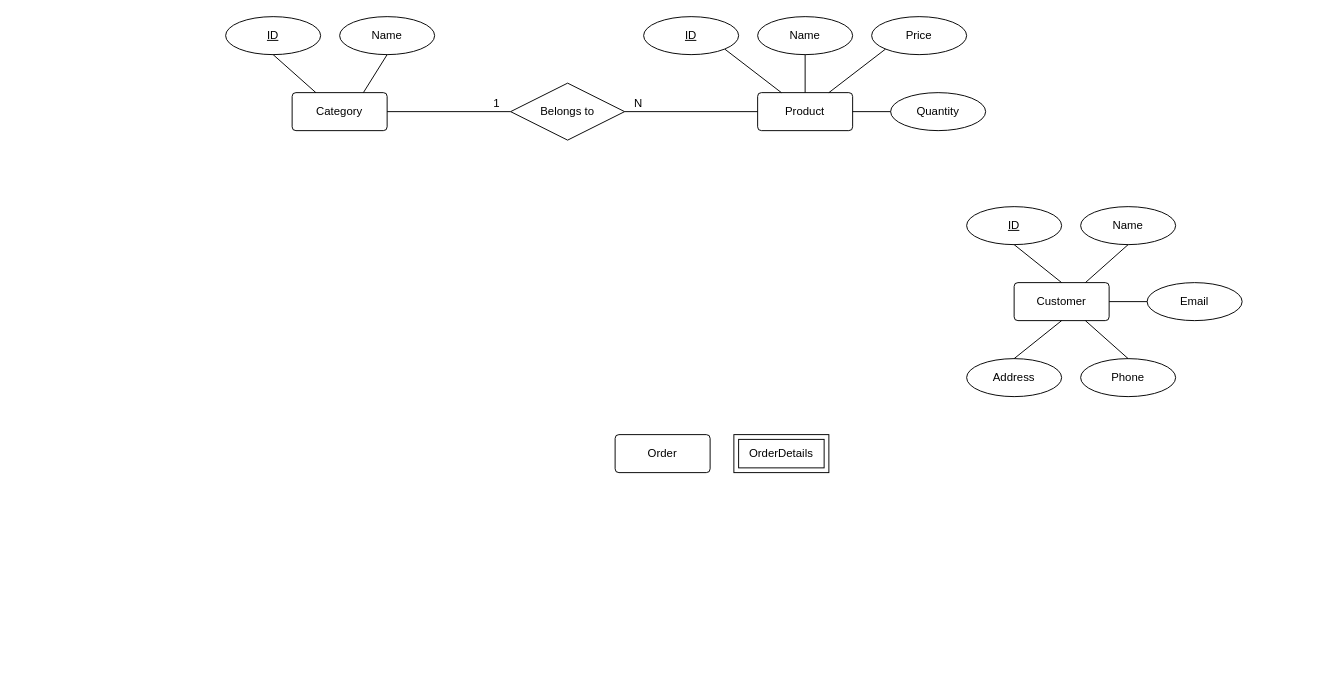
Mohammed-3tef/Kheir_Market keeps this draw.io diagram as Super Market - ERD.drawio. Above is the earlier version. Source tidied: cells renumbered, new cells numbered last; positions are measured from the earlier drawing's top-left corner, leaving out a move shared by most shapes. Both pictures are drawn from the tidied source at 95%, with x=0, y=0 at pixel (225, 16).
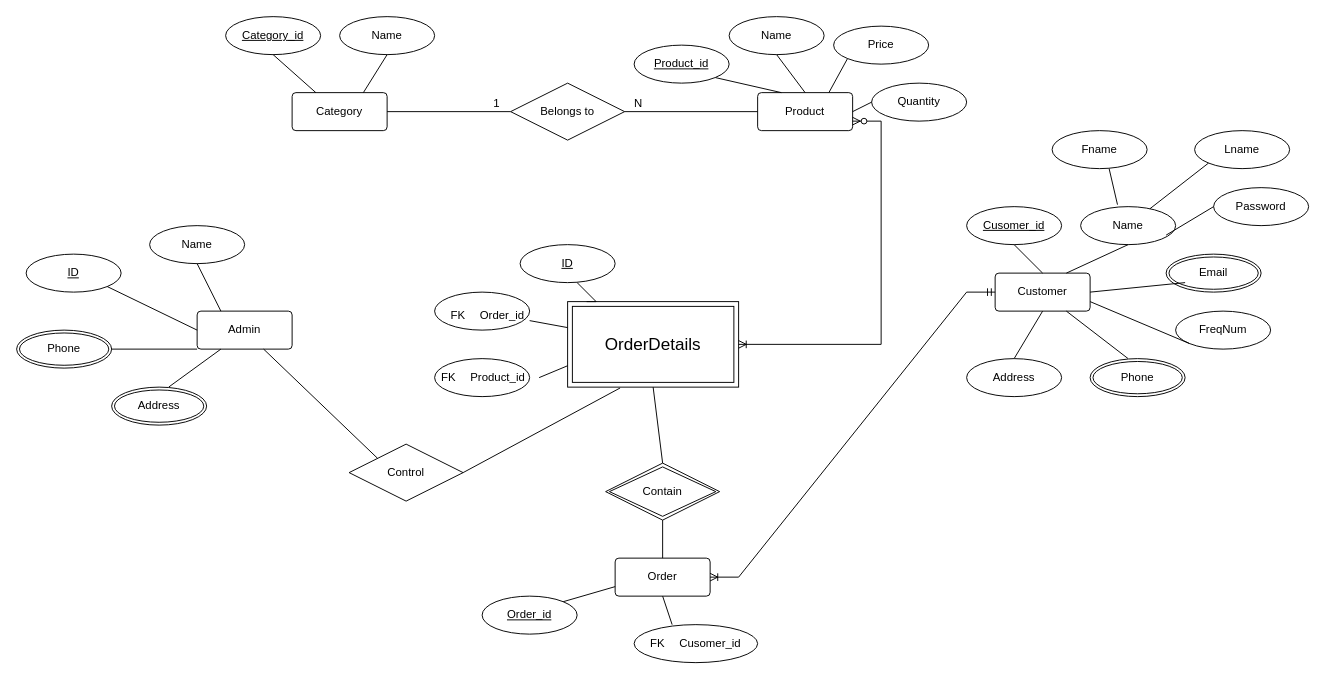
After the change.

Unchanged cells that the change refers to:
```xml
<mxCell id="7" value="Name" style="ellipse;whiteSpace=wrap;html=1;align=center;" parent="1" vertex="1">
  <mxGeometry x="900" y="200" width="100" height="40" as="geometry" />
</mxCell>
```

Diff of the diagram source:
```diff
@@
     <mxCell id="3" value="Customer" style="rounded=1;arcSize=10;whiteSpace=wrap;html=1;align=center;" parent="1" vertex="1">
-      <mxGeometry x="830" y="280" width="100" height="40" as="geometry" />
+      <mxGeometry x="810" y="270" width="100" height="40" as="geometry" />
     </mxCell>
@@
     <mxCell id="5" value="Order" style="rounded=1;arcSize=10;whiteSpace=wrap;html=1;align=center;" parent="1" vertex="1">
-      <mxGeometry x="410" y="440" width="100" height="40" as="geometry" />
+      <mxGeometry x="410" y="570" width="100" height="40" as="geometry" />
     </mxCell>
-    <mxCell id="6" value="OrderDetails" style="shape=ext;margin=3;double=1;whiteSpace=wrap;html=1;align=center;" parent="1" vertex="1">
-      <mxGeometry x="535" y="440" width="100" height="40" as="geometry" />
+    <mxCell id="6" value="&lt;font style=&quot;font-size: 18px;&quot;&gt;OrderDetails&lt;/font&gt;" style="shape=ext;margin=3;double=1;whiteSpace=wrap;html=1;align=center;" parent="1" vertex="1">
+      <mxGeometry x="360" y="300" width="180" height="90" as="geometry" />
     </mxCell>
@@
-    <mxCell id="8" value="Email" style="ellipse;whiteSpace=wrap;html=1;align=center;" parent="1" vertex="1">
-      <mxGeometry x="970" y="280" width="100" height="40" as="geometry" />
-    </mxCell>
-    <mxCell id="9" value="Phone" style="ellipse;whiteSpace=wrap;html=1;align=center;" parent="1" vertex="1">
-      <mxGeometry x="900" y="360" width="100" height="40" as="geometry" />
-    </mxCell>
-    <mxCell id="10" value="Address" style="ellipse;whiteSpace=wrap;html=1;align=center;" parent="1" vertex="1">
-      <mxGeometry x="780" y="360" width="100" height="40" as="geometry" />
-    </mxCell>
-    <mxCell id="11" value="ID" style="ellipse;whiteSpace=wrap;html=1;align=center;fontStyle=4;" parent="1" vertex="1">
+    <mxCell id="11" value="Cusomer_id" style="ellipse;whiteSpace=wrap;html=1;align=center;fontStyle=4;" parent="1" vertex="1">
       <mxGeometry x="780" y="200" width="100" height="40" as="geometry" />
     </mxCell>
@@
-    <mxCell id="14" style="endArrow=none;html=1;rounded=0;exitX=0;exitY=0.5;exitDx=0;exitDy=0;entryX=1;entryY=0.5;entryDx=0;entryDy=0;" parent="1" edge="1" source="8" target="3">
-      <mxGeometry relative="1" as="geometry" />
-    </mxCell>
-    <mxCell id="15" style="endArrow=none;html=1;rounded=0;exitX=0.5;exitY=0;exitDx=0;exitDy=0;entryX=0.75;entryY=1;entryDx=0;entryDy=0;" parent="1" edge="1" source="9" target="3">
-      <mxGeometry relative="1" as="geometry" />
+    <mxCell id="15" style="endArrow=none;html=1;rounded=0;exitX=0.5;exitY=0;exitDx=0;exitDy=0;entryX=0.75;entryY=1;entryDx=0;entryDy=0;" parent="1" edge="1" target="3">
+      <mxGeometry relative="1" as="geometry">
+        <mxPoint x="950" y="360" as="sourcePoint" />
+      </mxGeometry>
     </mxCell>
-    <mxCell id="16" style="endArrow=none;html=1;rounded=0;exitX=0.5;exitY=0;exitDx=0;exitDy=0;entryX=0.5;entryY=1;entryDx=0;entryDy=0;" parent="1" edge="1" source="10" target="3">
-      <mxGeometry relative="1" as="geometry" />
+    <mxCell id="16" style="endArrow=none;html=1;rounded=0;exitX=0.5;exitY=0;exitDx=0;exitDy=0;entryX=0.5;entryY=1;entryDx=0;entryDy=0;" parent="1" edge="1" target="3">
+      <mxGeometry relative="1" as="geometry">
+        <mxPoint x="830" y="360" as="sourcePoint" />
+      </mxGeometry>
     </mxCell>
@@
-    <mxCell id="18" value="ID" style="ellipse;whiteSpace=wrap;html=1;align=center;fontStyle=4;" parent="1" vertex="1">
-      <mxGeometry x="440" width="100" height="40" as="geometry" />
+    <mxCell id="18" value="Product_id" style="ellipse;whiteSpace=wrap;html=1;align=center;fontStyle=4;" parent="1" vertex="1">
+      <mxGeometry x="430" y="30" width="100" height="40" as="geometry" />
     </mxCell>
     <mxCell id="19" value="Name" style="ellipse;whiteSpace=wrap;html=1;align=center;" parent="1" vertex="1">
-      <mxGeometry x="560" width="100" height="40" as="geometry" />
+      <mxGeometry x="530" width="100" height="40" as="geometry" />
     </mxCell>
     <mxCell id="20" value="Price" style="ellipse;whiteSpace=wrap;html=1;align=center;" parent="1" vertex="1">
-      <mxGeometry x="680" width="100" height="40" as="geometry" />
+      <mxGeometry x="640" y="10" width="100" height="40" as="geometry" />
     </mxCell>
     <mxCell id="21" value="Quantity" style="ellipse;whiteSpace=wrap;html=1;align=center;" parent="1" vertex="1">
-      <mxGeometry x="700" y="80" width="100" height="40" as="geometry" />
+      <mxGeometry x="680" y="70" width="100" height="40" as="geometry" />
     </mxCell>
@@
-    <mxCell id="25" value="ID" style="ellipse;whiteSpace=wrap;html=1;align=center;fontStyle=4;" parent="1" vertex="1">
+    <mxCell id="25" value="Category_id" style="ellipse;whiteSpace=wrap;html=1;align=center;fontStyle=4;" parent="1" vertex="1">
       <mxGeometry width="100" height="40" as="geometry" />
     </mxCell>
@@
+    <mxCell id="34" value="Admin" style="rounded=1;arcSize=10;whiteSpace=wrap;html=1;align=center;" parent="1" vertex="1">
+      <mxGeometry x="-30" y="310" width="100" height="40" as="geometry" />
+    </mxCell>
+    <mxCell id="35" value="Name" style="ellipse;whiteSpace=wrap;html=1;align=center;" parent="1" vertex="1">
+      <mxGeometry x="-80" y="220" width="100" height="40" as="geometry" />
+    </mxCell>
+    <mxCell id="36" value="FreqNum" style="ellipse;whiteSpace=wrap;html=1;align=center;" parent="1" vertex="1">
+      <mxGeometry x="1000" y="310" width="100" height="40" as="geometry" />
+    </mxCell>
+    <mxCell id="37" value="ID" style="ellipse;whiteSpace=wrap;html=1;align=center;fontStyle=4;" parent="1" vertex="1">
+      <mxGeometry x="-210" y="250" width="100" height="40" as="geometry" />
+    </mxCell>
+    <mxCell id="38" value="Fname" style="ellipse;whiteSpace=wrap;html=1;align=center;" parent="1" vertex="1">
+      <mxGeometry x="870" y="120" width="100" height="40" as="geometry" />
+    </mxCell>
+    <mxCell id="39" value="Lname" style="ellipse;whiteSpace=wrap;html=1;align=center;" parent="1" vertex="1">
+      <mxGeometry x="1020" y="120" width="100" height="40" as="geometry" />
+    </mxCell>
+    <mxCell id="40" style="endArrow=none;html=1;rounded=0;entryX=0.388;entryY=-0.052;entryDx=0;entryDy=0;entryPerimeter=0;" parent="1" edge="1" target="7">
+      <mxGeometry relative="1" as="geometry">
+        <mxPoint x="930" y="160" as="sourcePoint" />
+      </mxGeometry>
+    </mxCell>
+    <mxCell id="41" style="endArrow=none;html=1;rounded=0;entryX=0;entryY=1;entryDx=0;entryDy=0;" parent="1" edge="1" source="7" target="39">
+      <mxGeometry relative="1" as="geometry" />
+    </mxCell>
+    <mxCell id="42" style="endArrow=none;html=1;rounded=0;entryX=0;entryY=0.5;entryDx=0;entryDy=0;exitX=1;exitY=1;exitDx=0;exitDy=0;" parent="1" edge="1" source="37" target="34">
+      <mxGeometry relative="1" as="geometry" />
+    </mxCell>
+    <mxCell id="43" style="endArrow=none;html=1;rounded=0;exitX=0.5;exitY=1;exitDx=0;exitDy=0;entryX=0.25;entryY=0;entryDx=0;entryDy=0;" parent="1" edge="1" source="35" target="34">
+      <mxGeometry relative="1" as="geometry" />
+    </mxCell>
+    <mxCell id="44" style="ellipse;whiteSpace=wrap;html=1;align=center;fontStyle=4;" parent="1" vertex="1">
+      <mxGeometry x="430" y="640" width="130" height="40" as="geometry" />
+    </mxCell>
+    <mxCell id="45" value="Contain" style="shape=rhombus;double=1;perimeter=rhombusPerimeter;whiteSpace=wrap;html=1;align=center;" parent="1" vertex="1">
+      <mxGeometry x="400" y="470" width="120" height="60" as="geometry" />
+    </mxCell>
+    <mxCell id="46" style="endArrow=none;html=1;rounded=0;entryX=0.5;entryY=1;entryDx=0;entryDy=0;exitX=0.5;exitY=0;exitDx=0;exitDy=0;" parent="1" edge="1" source="45" target="6">
+      <mxGeometry relative="1" as="geometry" />
+    </mxCell>
+    <mxCell id="47" value="Phone" style="ellipse;shape=doubleEllipse;margin=3;whiteSpace=wrap;html=1;align=center;" parent="1" vertex="1">
+      <mxGeometry x="910" y="360" width="100" height="40" as="geometry" />
+    </mxCell>
+    <mxCell id="48" style="endArrow=none;html=1;rounded=0;entryX=0;entryY=1;entryDx=0;entryDy=0;exitX=1;exitY=0.75;exitDx=0;exitDy=0;" parent="1" edge="1" source="3" target="36">
+      <mxGeometry relative="1" as="geometry" />
+    </mxCell>
+    <mxCell id="49" value="Control" style="shape=rhombus;perimeter=rhombusPerimeter;whiteSpace=wrap;html=1;align=center;" parent="1" vertex="1">
+      <mxGeometry x="130" y="450" width="120" height="60" as="geometry" />
+    </mxCell>
+    <mxCell id="8" value="Email" style="ellipse;shape=doubleEllipse;margin=3;whiteSpace=wrap;html=1;align=center;" parent="1" vertex="1">
+      <mxGeometry x="990" y="250" width="100" height="40" as="geometry" />
+    </mxCell>
+    <mxCell id="10" value="Address" style="ellipse;whiteSpace=wrap;html=1;align=center;" parent="1" vertex="1">
+      <mxGeometry x="780" y="360" width="100" height="40" as="geometry" />
+    </mxCell>
+    <mxCell id="50" style="endArrow=none;html=1;rounded=0;exitX=1;exitY=0.5;exitDx=0;exitDy=0;" parent="1" edge="1" source="3">
+      <mxGeometry relative="1" as="geometry">
+        <mxPoint x="1010" y="280" as="targetPoint" />
+      </mxGeometry>
+    </mxCell>
+    <mxCell id="51" value="Password" style="ellipse;whiteSpace=wrap;html=1;align=center;" parent="1" vertex="1">
+      <mxGeometry x="1040" y="180" width="100" height="40" as="geometry" />
+    </mxCell>
+    <mxCell id="52" style="endArrow=none;html=1;rounded=0;entryX=0;entryY=0.5;entryDx=0;entryDy=0;" parent="1" edge="1" target="51">
+      <mxGeometry relative="1" as="geometry">
+        <mxPoint x="990" y="230" as="sourcePoint" />
+      </mxGeometry>
+    </mxCell>
+    <mxCell id="53" value="Order_id" style="ellipse;whiteSpace=wrap;html=1;align=center;fontStyle=4;" parent="1" vertex="1">
+      <mxGeometry x="270" y="610" width="100" height="40" as="geometry" />
+    </mxCell>
+    <mxCell id="54" style="endArrow=none;html=1;rounded=0;exitX=0.5;exitY=1;exitDx=0;exitDy=0;entryX=0.5;entryY=0;entryDx=0;entryDy=0;" parent="1" edge="1" source="45" target="5">
+      <mxGeometry relative="1" as="geometry" />
+    </mxCell>
+    <mxCell id="55" style="shape=table;startSize=0;childLayout=tableLayout;rowLines=0;fontStyle=0;align=center;strokeColor=none;fillColor=none;" parent="1" vertex="1">
+      <mxGeometry x="440" y="620" width="110" height="80" as="geometry" />
+    </mxCell>
+    <mxCell id="56" style="shape=tableRow;horizontal=0;startSize=0;swimlaneHead=0;swimlaneBody=0;fillColor=none;top=0;left=0;right=0;bottom=0;" parent="55" vertex="1">
+      <mxGeometry width="110" height="80" as="geometry" />
+    </mxCell>
+    <mxCell id="57" value="FK" style="shape=partialRectangle;fillColor=none;top=0;left=0;bottom=0;right=0;fontStyle=0;overflow=hidden;whiteSpace=wrap;html=1;" parent="56" vertex="1">
+      <mxGeometry width="30" height="80" as="geometry" />
+    </mxCell>
+    <mxCell id="58" value="Cusomer_id" style="shape=partialRectangle;fillColor=none;top=0;left=0;bottom=0;right=0;align=left;spacingLeft=6;fontStyle=0;overflow=hidden;whiteSpace=wrap;html=1;" parent="56" vertex="1">
+      <mxGeometry x="30" width="80" height="80" as="geometry" />
+    </mxCell>
+    <mxCell id="59" style="endArrow=none;html=1;rounded=0;exitX=0;exitY=0.75;exitDx=0;exitDy=0;entryX=1;entryY=0;entryDx=0;entryDy=0;" parent="1" edge="1" source="5" target="53">
+      <mxGeometry relative="1" as="geometry" />
+    </mxCell>
+    <mxCell id="60" style="ellipse;whiteSpace=wrap;html=1;align=center;" parent="1" vertex="1">
+      <mxGeometry x="220" y="290" width="100" height="40" as="geometry" />
+    </mxCell>
+    <mxCell id="61" value="ID" style="ellipse;whiteSpace=wrap;html=1;align=center;fontStyle=4;" parent="1" vertex="1">
+      <mxGeometry x="310" y="240" width="100" height="40" as="geometry" />
+    </mxCell>
+    <mxCell id="62" style="ellipse;whiteSpace=wrap;html=1;align=center;" parent="1" vertex="1">
+      <mxGeometry x="220" y="360" width="100" height="40" as="geometry" />
+    </mxCell>
+    <mxCell id="63" style="shape=table;startSize=0;childLayout=tableLayout;rowLines=0;fontStyle=0;align=center;strokeColor=none;fillColor=none;" parent="1" vertex="1">
+      <mxGeometry x="220" y="347.5" width="180" height="65" as="geometry" />
+    </mxCell>
+    <mxCell id="64" style="shape=tableRow;horizontal=0;startSize=0;swimlaneHead=0;swimlaneBody=0;fillColor=none;top=0;left=0;right=0;bottom=0;" parent="63" vertex="1">
+      <mxGeometry width="180" height="65" as="geometry" />
+    </mxCell>
+    <mxCell id="65" value="FK" style="shape=partialRectangle;fillColor=none;top=0;left=0;bottom=0;right=0;fontStyle=0;overflow=hidden;whiteSpace=wrap;html=1;" parent="64" vertex="1">
+      <mxGeometry width="30" height="65" as="geometry" />
+    </mxCell>
+    <mxCell id="66" value="Product_id" style="shape=partialRectangle;fillColor=none;top=0;left=0;bottom=0;right=0;align=left;spacingLeft=6;fontStyle=0;overflow=hidden;whiteSpace=wrap;html=1;" parent="64" vertex="1">
+      <mxGeometry x="30" width="150" height="65" as="geometry" />
+    </mxCell>
+    <mxCell id="67" value="Phone" style="ellipse;shape=doubleEllipse;margin=3;whiteSpace=wrap;html=1;align=center;" parent="1" vertex="1">
+      <mxGeometry x="-220" y="330" width="100" height="40" as="geometry" />
+    </mxCell>
+    <mxCell id="68" value="Address" style="ellipse;shape=doubleEllipse;margin=3;whiteSpace=wrap;html=1;align=center;" parent="1" vertex="1">
+      <mxGeometry x="-120" y="390" width="100" height="40" as="geometry" />
+    </mxCell>
+    <mxCell id="69" style="endArrow=none;html=1;rounded=0;" parent="1" edge="1">
+      <mxGeometry relative="1" as="geometry">
+        <mxPoint x="-120" y="350" as="sourcePoint" />
+        <mxPoint x="-30" y="350" as="targetPoint" />
+      </mxGeometry>
+    </mxCell>
+    <mxCell id="70" style="endArrow=none;html=1;rounded=0;entryX=0.25;entryY=1;entryDx=0;entryDy=0;" parent="1" edge="1" target="34">
+      <mxGeometry relative="1" as="geometry">
+        <mxPoint x="-60" y="390" as="sourcePoint" />
+      </mxGeometry>
+    </mxCell>
+    <mxCell id="71" style="shape=table;startSize=0;childLayout=tableLayout;rowLines=0;fontStyle=0;align=center;strokeColor=none;fillColor=none;" parent="1" vertex="1">
+      <mxGeometry x="230" y="300" width="180" height="30" as="geometry" />
+    </mxCell>
+    <mxCell id="72" style="shape=tableRow;horizontal=0;startSize=0;swimlaneHead=0;swimlaneBody=0;fillColor=none;points=[[0,0.5],[1,0.5]];portConstraint=eastwest;top=0;left=0;right=0;bottom=0;" parent="71" vertex="1">
+      <mxGeometry width="180" height="30" as="geometry" />
+    </mxCell>
+    <mxCell id="73" value="FK" style="shape=partialRectangle;fillColor=none;top=0;left=0;bottom=0;right=0;fontStyle=0;overflow=hidden;whiteSpace=wrap;html=1;" parent="72" vertex="1">
+      <mxGeometry width="30" height="30" as="geometry" />
+    </mxCell>
+    <mxCell id="74" value="Order_id" style="shape=partialRectangle;fillColor=none;top=0;left=0;bottom=0;right=0;align=left;spacingLeft=6;fontStyle=0;overflow=hidden;whiteSpace=wrap;html=1;" parent="72" vertex="1">
+      <mxGeometry x="30" width="150" height="30" as="geometry" />
+    </mxCell>
+    <mxCell id="75" style="endArrow=none;html=1;rounded=0;" parent="1" edge="1">
+      <mxGeometry relative="1" as="geometry">
+        <mxPoint x="460" y="610" as="sourcePoint" />
+        <mxPoint x="470" y="640" as="targetPoint" />
+      </mxGeometry>
+    </mxCell>
+    <mxCell id="76" style="endArrow=none;html=1;rounded=0;" parent="1" edge="1">
+      <mxGeometry relative="1" as="geometry">
+        <mxPoint x="370" y="280" as="sourcePoint" />
+        <mxPoint x="380" y="300" as="targetPoint" />
+        <Array as="points">
+          <mxPoint x="390" y="300" />
+        </Array>
+      </mxGeometry>
+    </mxCell>
+    <mxCell id="77" style="endArrow=none;html=1;rounded=0;entryX=0.722;entryY=0.911;entryDx=0;entryDy=0;entryPerimeter=0;" parent="1" edge="1" target="72">
+      <mxGeometry relative="1" as="geometry">
+        <mxPoint x="320" y="320" as="sourcePoint" />
+      </mxGeometry>
+    </mxCell>
+    <mxCell id="78" style="endArrow=none;html=1;rounded=0;entryX=0;entryY=0.75;entryDx=0;entryDy=0;" parent="1" edge="1" target="6">
+      <mxGeometry relative="1" as="geometry">
+        <mxPoint x="330" y="380" as="sourcePoint" />
+      </mxGeometry>
+    </mxCell>
+    <mxCell id="79" style="edgeStyle=entityRelationEdgeStyle;fontSize=12;html=1;endArrow=ERoneToMany;startArrow=ERmandOne;rounded=0;entryX=1;entryY=0.5;entryDx=0;entryDy=0;" parent="1" edge="1" source="3" target="5">
+      <mxGeometry relative="1" as="geometry" />
+    </mxCell>
+    <mxCell id="80" style="edgeStyle=entityRelationEdgeStyle;fontSize=12;html=1;endArrow=ERoneToMany;startArrow=ERzeroToMany;rounded=0;entryX=1;entryY=0.5;entryDx=0;entryDy=0;exitX=1;exitY=1;exitDx=0;exitDy=0;" parent="1" edge="1" target="6">
+      <mxGeometry relative="1" as="geometry">
+        <mxPoint x="660" y="110" as="sourcePoint" />
+        <Array as="points">
+          <mxPoint x="620" y="160" />
+          <mxPoint x="620" y="170" />
+        </Array>
+      </mxGeometry>
+    </mxCell>
+    <mxCell id="81" style="endArrow=none;html=1;rounded=0;entryX=0;entryY=0;entryDx=0;entryDy=0;" parent="1" edge="1" target="49">
+      <mxGeometry relative="1" as="geometry">
+        <mxPoint x="40" y="350" as="sourcePoint" />
+      </mxGeometry>
+    </mxCell>
+    <mxCell id="82" style="endArrow=none;html=1;rounded=0;entryX=0.307;entryY=1.01;entryDx=0;entryDy=0;entryPerimeter=0;" parent="1" edge="1" target="6">
+      <mxGeometry relative="1" as="geometry">
+        <mxPoint x="250" y="480" as="sourcePoint" />
+      </mxGeometry>
+    </mxCell>
```
